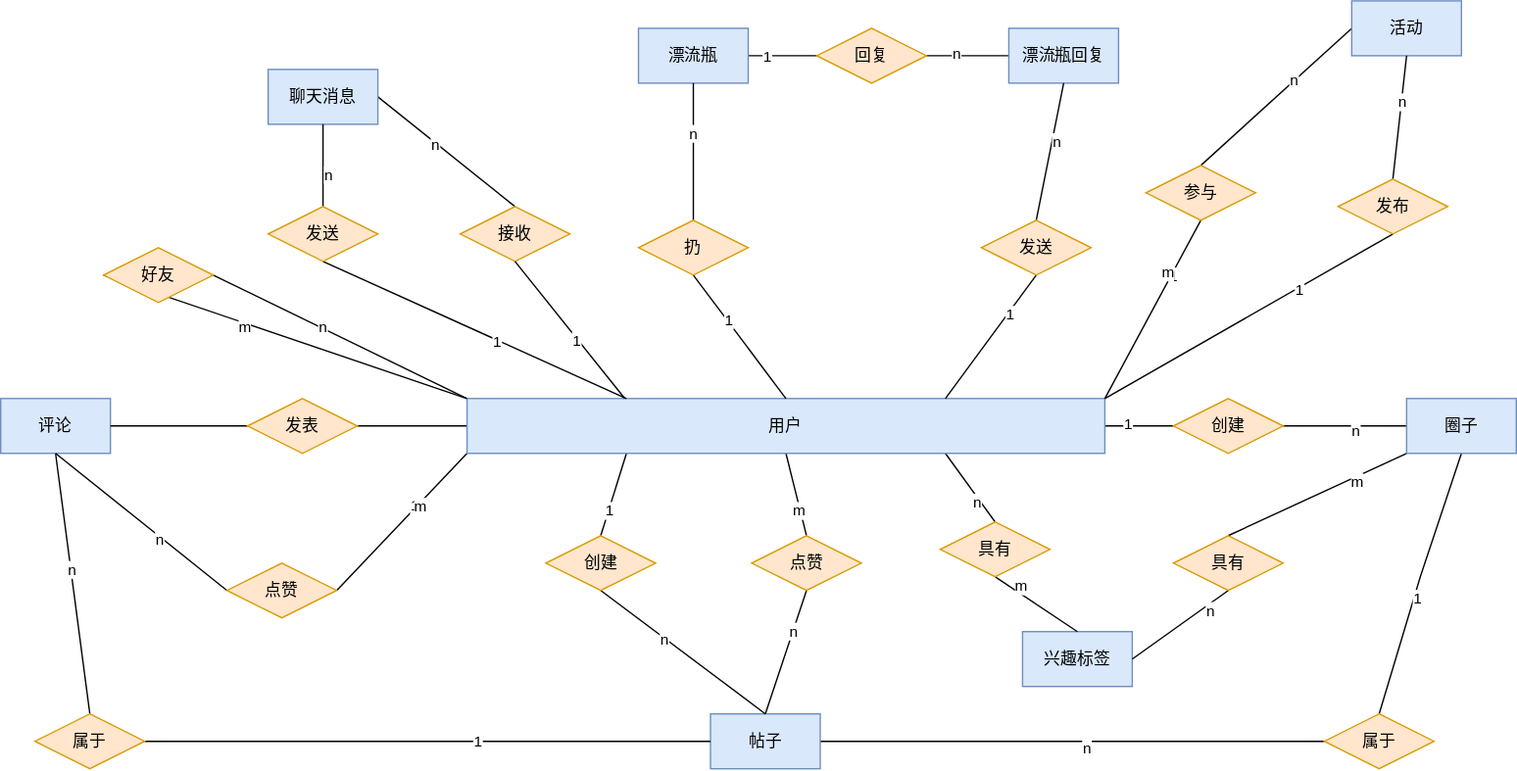
Above: doc/pictures/联系E-R图.drawio.svg in Guo-HY/BUAA_DB (draw.io), before the change. Source tidied: cells renumbered, new cells last; positions are measured from the earlier drawing's top-left corner, leaving out a move shared by most shapes.
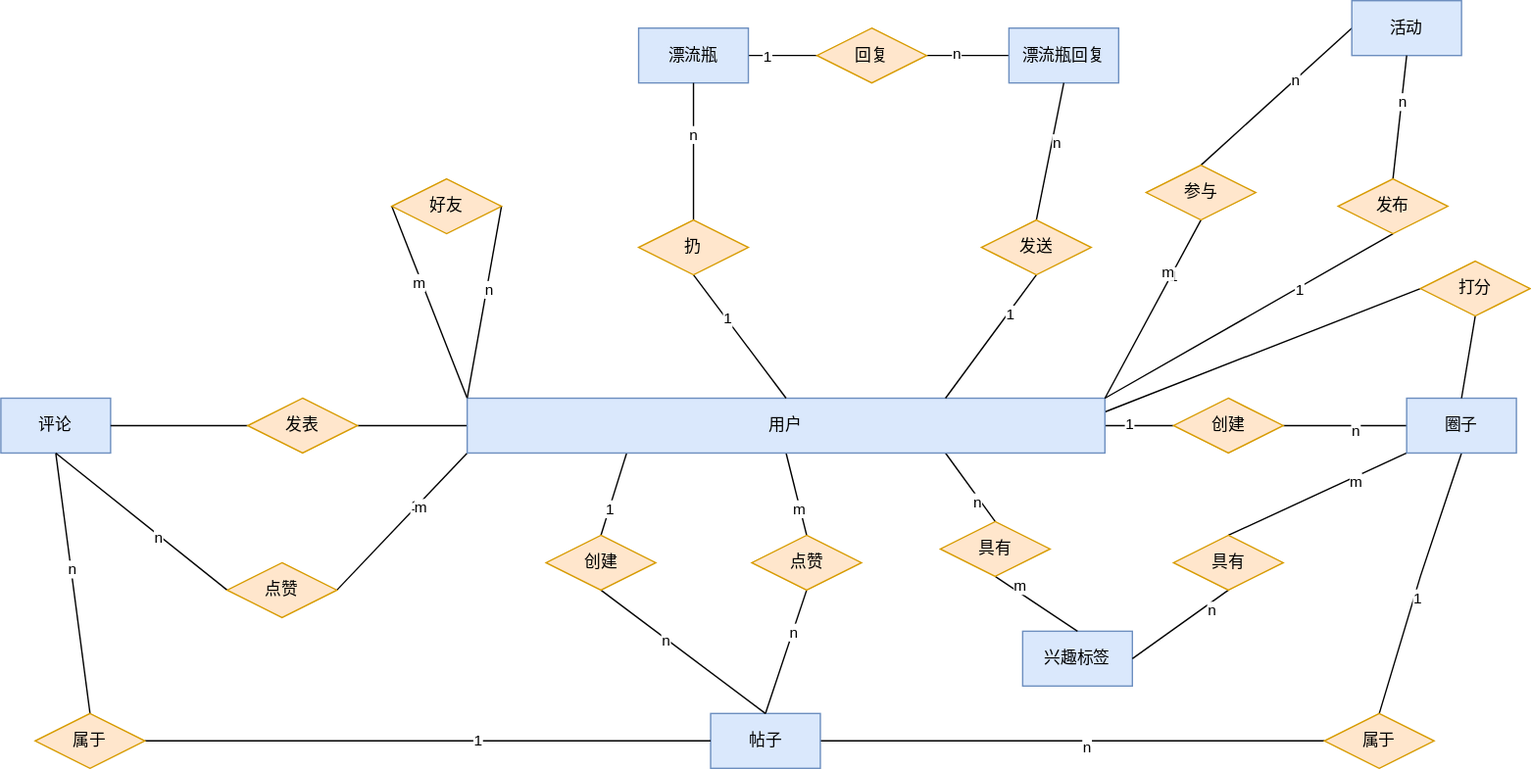
Later version of the same file.

Change to the diagram source:
```diff
@@ -46,6 +46,9 @@
         <mxPoint x="1" as="offset" />
       </mxGeometry>
     </mxCell>
+    <mxCell id="96" style="rounded=0;jettySize=auto;html=1;exitX=1;exitY=0.25;exitDx=0;exitDy=0;entryX=0;entryY=0.5;entryDx=0;entryDy=0;endArrow=none;endFill=0;" parent="1" edge="1" source="16" target="98">
+      <mxGeometry relative="1" as="geometry" />
+    </mxCell>
     <mxCell id="16" value="用户" style="rounded=0;whiteSpace=wrap;html=1;fillColor=#dae8fc;strokeColor=#6c8ebf;" parent="1" vertex="1">
       <mxGeometry x="340" y="290" width="465" height="40" as="geometry" />
     </mxCell>
@@ -149,32 +152,8 @@
       <mxGeometry x="-0.15" y="1" relative="1" as="geometry" />
     </mxCell>
     <mxCell id="48" value="好友" style="rhombus;whiteSpace=wrap;html=1;fillColor=#ffe6cc;strokeColor=#d79b00;" parent="1" vertex="1">
-      <mxGeometry x="75" y="180" width="80" height="40" as="geometry" />
+      <mxGeometry x="285" y="130" width="80" height="40" as="geometry" />
     </mxCell>
-    <mxCell id="49" style="edgeStyle=none;rounded=0;jettySize=auto;html=1;exitX=1;exitY=0.5;exitDx=0;exitDy=0;entryX=0.5;entryY=0;entryDx=0;entryDy=0;endArrow=none;endFill=0;" parent="1" edge="1" source="51" target="86">
-      <mxGeometry relative="1" as="geometry" />
-    </mxCell>
-    <mxCell id="50" value="n" style="edgeLabel;html=1;align=center;verticalAlign=middle;" parent="49" vertex="1">
-      <mxGeometry x="-0.16" y="-1" relative="1" as="geometry" />
-    </mxCell>
-    <mxCell id="51" value="聊天消息" style="rounded=0;whiteSpace=wrap;html=1;fillColor=#dae8fc;strokeColor=#6c8ebf;" parent="1" vertex="1">
-      <mxGeometry x="195" y="50" width="80" height="40" as="geometry" />
-    </mxCell>
-    <mxCell id="52" style="edgeStyle=none;rounded=0;jettySize=auto;html=1;exitX=0.5;exitY=0;exitDx=0;exitDy=0;entryX=0.5;entryY=1;entryDx=0;entryDy=0;endArrow=none;endFill=0;" parent="1" edge="1" source="56" target="51">
-      <mxGeometry relative="1" as="geometry" />
-    </mxCell>
-    <mxCell id="53" value="n" style="edgeLabel;html=1;align=center;verticalAlign=middle;" parent="52" vertex="1">
-      <mxGeometry x="-0.23" y="-3" relative="1" as="geometry" />
-    </mxCell>
-    <mxCell id="54" style="edgeStyle=none;rounded=0;jettySize=auto;html=1;exitX=0.5;exitY=1;exitDx=0;exitDy=0;entryX=0.25;entryY=0;entryDx=0;entryDy=0;endArrow=none;endFill=0;" parent="1" edge="1" source="56" target="16">
-      <mxGeometry relative="1" as="geometry" />
-    </mxCell>
-    <mxCell id="55" value="1" style="edgeLabel;html=1;align=center;verticalAlign=middle;" parent="54" vertex="1">
-      <mxGeometry x="0.14" y="-1" relative="1" as="geometry" />
-    </mxCell>
-    <mxCell id="56" value="发送" style="rhombus;whiteSpace=wrap;html=1;fillColor=#ffe6cc;strokeColor=#d79b00;" parent="1" vertex="1">
-      <mxGeometry x="195" y="150" width="80" height="40" as="geometry" />
-    </mxCell>
     <mxCell id="57" style="edgeStyle=none;rounded=0;jettySize=auto;html=1;exitX=1;exitY=0.5;exitDx=0;exitDy=0;entryX=0;entryY=0.5;entryDx=0;entryDy=0;endArrow=none;endFill=0;" parent="1" edge="1" source="59" target="73">
       <mxGeometry relative="1" as="geometry" />
     </mxCell>
@@ -262,17 +241,6 @@
     <mxCell id="85" value="参与" style="rhombus;whiteSpace=wrap;html=1;fillColor=#ffe6cc;strokeColor=#d79b00;" parent="1" vertex="1">
       <mxGeometry x="835" y="120" width="80" height="40" as="geometry" />
     </mxCell>
-    <mxCell id="86" value="接收" style="rhombus;whiteSpace=wrap;html=1;fillColor=#ffe6cc;strokeColor=#d79b00;" parent="1" vertex="1">
-      <mxGeometry x="335" y="150" width="80" height="40" as="geometry" />
-    </mxCell>
-    <mxCell id="87" style="edgeStyle=none;rounded=0;jettySize=auto;html=1;exitX=0.5;exitY=1;exitDx=0;exitDy=0;endArrow=none;endFill=0;" parent="1" edge="1" source="86">
-      <mxGeometry relative="1" as="geometry">
-        <mxPoint x="455" y="290" as="targetPoint" />
-      </mxGeometry>
-    </mxCell>
-    <mxCell id="88" value="1" style="edgeLabel;html=1;align=center;verticalAlign=middle;" parent="87" vertex="1">
-      <mxGeometry x="0.14" y="-1" relative="1" as="geometry" />
-    </mxCell>
     <mxCell id="89" value="兴趣标签" style="rounded=0;whiteSpace=wrap;html=1;fillColor=#dae8fc;strokeColor=#6c8ebf;" parent="1" vertex="1">
       <mxGeometry x="745" y="460" width="80" height="40" as="geometry" />
     </mxCell>
@@ -296,5 +264,11 @@
     <mxCell id="95" value="具有" style="rhombus;whiteSpace=wrap;html=1;fillColor=#ffe6cc;strokeColor=#d79b00;" parent="1" vertex="1">
       <mxGeometry x="855" y="390" width="80" height="40" as="geometry" />
     </mxCell>
+    <mxCell id="97" style="edgeStyle=none;rounded=0;jettySize=auto;html=1;exitX=0.5;exitY=1;exitDx=0;exitDy=0;entryX=0.5;entryY=0;entryDx=0;entryDy=0;endArrow=none;endFill=0;" parent="1" edge="1" source="98" target="24">
+      <mxGeometry relative="1" as="geometry" />
+    </mxCell>
+    <mxCell id="98" value="打分" style="rhombus;whiteSpace=wrap;html=1;fillColor=#ffe6cc;strokeColor=#d79b00;" parent="1" vertex="1">
+      <mxGeometry x="1035" y="190" width="80" height="40" as="geometry" />
+    </mxCell>
   </root>
 </mxGraphModel>
```
